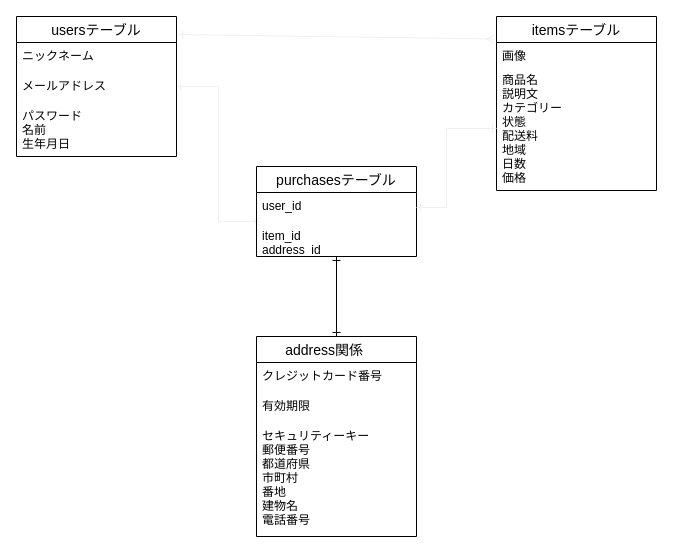
The draw.io diagram furima.dio in chiakiaosima/furima-33381, before the edit. Source tidied: cells renumbered, new cells numbered last; positions are measured from the earlier drawing's top-left corner, leaving out a move shared by most shapes. Both pictures are drawn from the tidied source at 100%, with x=0, y=0 at pixel (16, 16).
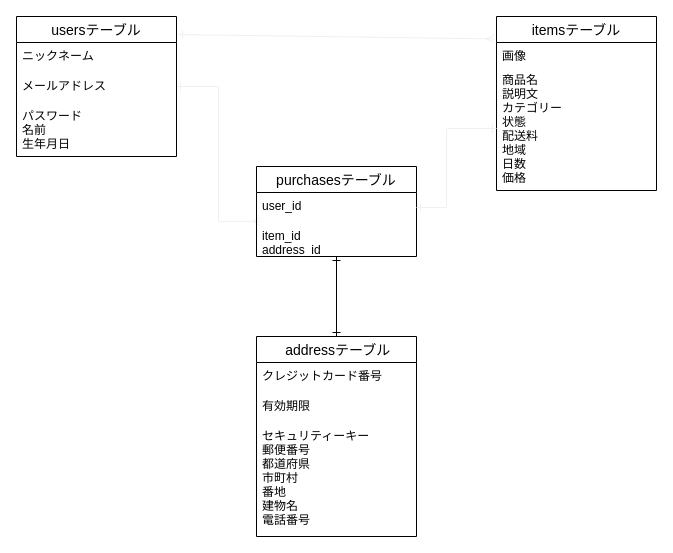
After the change.

Commit message (it also covers changes not shown here):
READMEのみの修正3

The edit, as a diff of the source:
```diff
@@
-    <mxCell id="10" value="       address関係" style="swimlane;fontStyle=0;horizontal=1;startSize=26;align=left;fontSize=14;" parent="1" vertex="1">
+    <mxCell id="10" value="       addressテーブル" style="swimlane;fontStyle=0;horizontal=1;startSize=26;align=left;fontSize=14;" parent="1" vertex="1">
       <mxGeometry x="240" y="320" width="160" height="200" as="geometry" />
     </mxCell>
```
